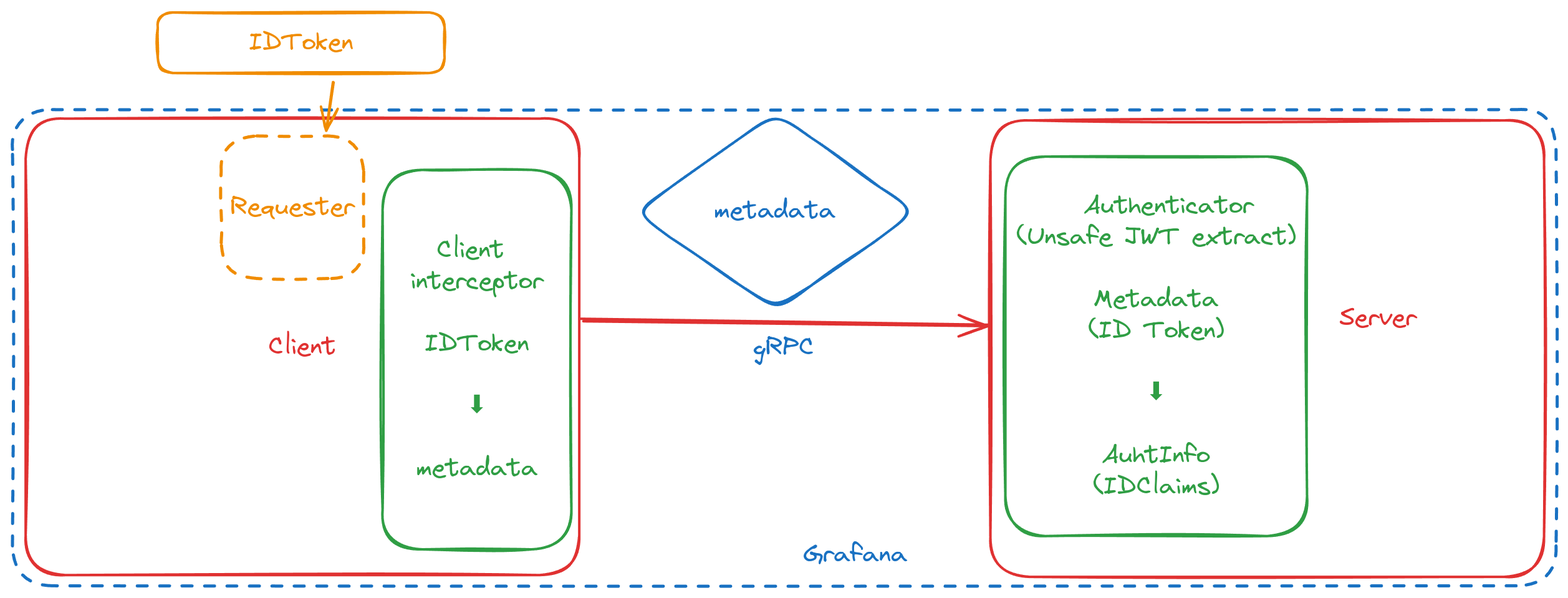
This is assets/in-proc.png from grafana/authlib, a Excalidraw export, as it was before one commit. Source tidied: one line per element, renumbered; positions are measured from the earlier drawing's top-left corner, leaving out a move shared by most shapes. Source of this version:
```json
{"id": 0, "type": "rectangle", "strokeColor": "#1971c2", "strokeWidth": 2, "strokeStyle": "dashed", "roughness": 1, "round": true, "x": 0, "y": 78, "width": 1238, "height": 382}
{"id": 1, "type": "text", "text": "gRPC", "strokeColor": "#1971c2", "strokeWidth": 2, "roughness": 1, "fontSize": 20, "fontFamily": 1, "textAlign": "center", "verticalAlign": "middle", "inside": 0, "x": 594, "y": 256, "width": 50, "height": 25}
{"id": 2, "type": "rectangle", "strokeColor": "#e03131", "strokeWidth": 2, "roughness": 1, "round": true, "x": 11, "y": 85, "width": 444, "height": 366}
{"id": 3, "type": "text", "text": "Client", "strokeColor": "#e03131", "strokeWidth": 2, "roughness": 1, "fontSize": 20, "fontFamily": 1, "textAlign": "center", "verticalAlign": "middle", "inside": 2, "x": 206, "y": 256, "width": 54, "height": 25}
{"id": 4, "type": "rectangle", "strokeColor": "#e03131", "strokeWidth": 2, "roughness": 1, "round": true, "x": 784, "y": 87, "width": 444, "height": 366}
{"id": 5, "type": "rectangle", "strokeColor": "#f08c00", "strokeWidth": 2, "strokeStyle": "dashed", "roughness": 1, "round": true, "x": 167, "y": 99, "width": 114, "height": 114}
{"id": 6, "type": "text", "text": "Requester", "strokeColor": "#f08c00", "strokeWidth": 2, "strokeStyle": "dashed", "roughness": 1, "fontSize": 20, "fontFamily": 1, "textAlign": "center", "verticalAlign": "middle", "inside": 5, "x": 174, "y": 144, "width": 101, "height": 25}
{"id": 7, "type": "arrow", "strokeColor": "#f08c00", "strokeWidth": 2, "roughness": 1, "endArrowhead": "arrow", "round": true, "from": 8, "to": 5, "x": 257, "y": 56, "width": 6, "height": 39, "points": [[0, 0], [-6, 39]]}
{"id": 8, "type": "rectangle", "strokeColor": "#f08c00", "strokeWidth": 2, "roughness": 1, "round": true, "x": 117, "y": 0, "width": 230, "height": 49}
{"id": 9, "type": "text", "text": "IDToken", "strokeColor": "#f08c00", "strokeWidth": 2, "roughness": 1, "fontSize": 20, "fontFamily": 1, "textAlign": "center", "verticalAlign": "middle", "inside": 8, "x": 190, "y": 12, "width": 84, "height": 25}
{"id": 10, "type": "arrow", "strokeColor": "#e03131", "strokeWidth": 2, "roughness": 1, "endArrowhead": "arrow", "round": true, "from": 17, "to": 11, "x": 456, "y": 247, "width": 327, "height": 5, "points": [[0, 0], [327, 5]]}
{"id": 11, "type": "rectangle", "strokeColor": "#2f9e44", "strokeWidth": 2, "roughness": 1, "round": true, "x": 796, "y": 116, "width": 242, "height": 304}
{"id": 12, "type": "text", "text": "  Authenticator\n(Unsafe JWT extract)\n\nMetadata\n(ID Token)\n\n⬇\n\nAuhtInfo\n(IDClaims)", "strokeColor": "#2f9e44", "strokeWidth": 2, "roughness": 1, "fontSize": 20, "fontFamily": 1, "textAlign": "center", "verticalAlign": "middle", "inside": 11, "x": 805, "y": 143, "width": 224, "height": 250}
{"id": 13, "type": "text", "text": "Server", "strokeColor": "#e03131", "strokeWidth": 2, "roughness": 1, "fontSize": 20, "fontFamily": 1, "x": 1064, "y": 233, "width": 63, "height": 25}
{"id": 14, "type": "diamond", "strokeColor": "#1971c2", "strokeWidth": 2, "roughness": 1, "round": true, "x": 499, "y": 80, "width": 225, "height": 159}
{"id": 15, "type": "text", "text": "metadata", "strokeColor": "#1971c2", "strokeWidth": 2, "roughness": 1, "fontSize": 20, "fontFamily": 1, "textAlign": "center", "verticalAlign": "middle", "inside": 14, "x": 562, "y": 147, "width": 98, "height": 25}
{"id": 16, "type": "text", "text": "Grafana", "strokeColor": "#1971c2", "strokeWidth": 2, "roughness": 1, "fontSize": 20, "fontFamily": 1, "x": 634, "y": 422, "width": 85, "height": 25}
{"id": 17, "type": "rectangle", "strokeColor": "#2f9e44", "strokeWidth": 2, "roughness": 1, "round": true, "x": 297, "y": 126, "width": 151, "height": 304}
{"id": 18, "type": "text", "text": "Client \ninterceptor\n\nIDToken\n\n ⬇ \n\nmetadata", "strokeColor": "#2f9e44", "strokeWidth": 2, "roughness": 1, "fontSize": 20, "fontFamily": 1, "textAlign": "center", "verticalAlign": "middle", "inside": 17, "x": 319, "y": 178, "width": 108, "height": 200}
```
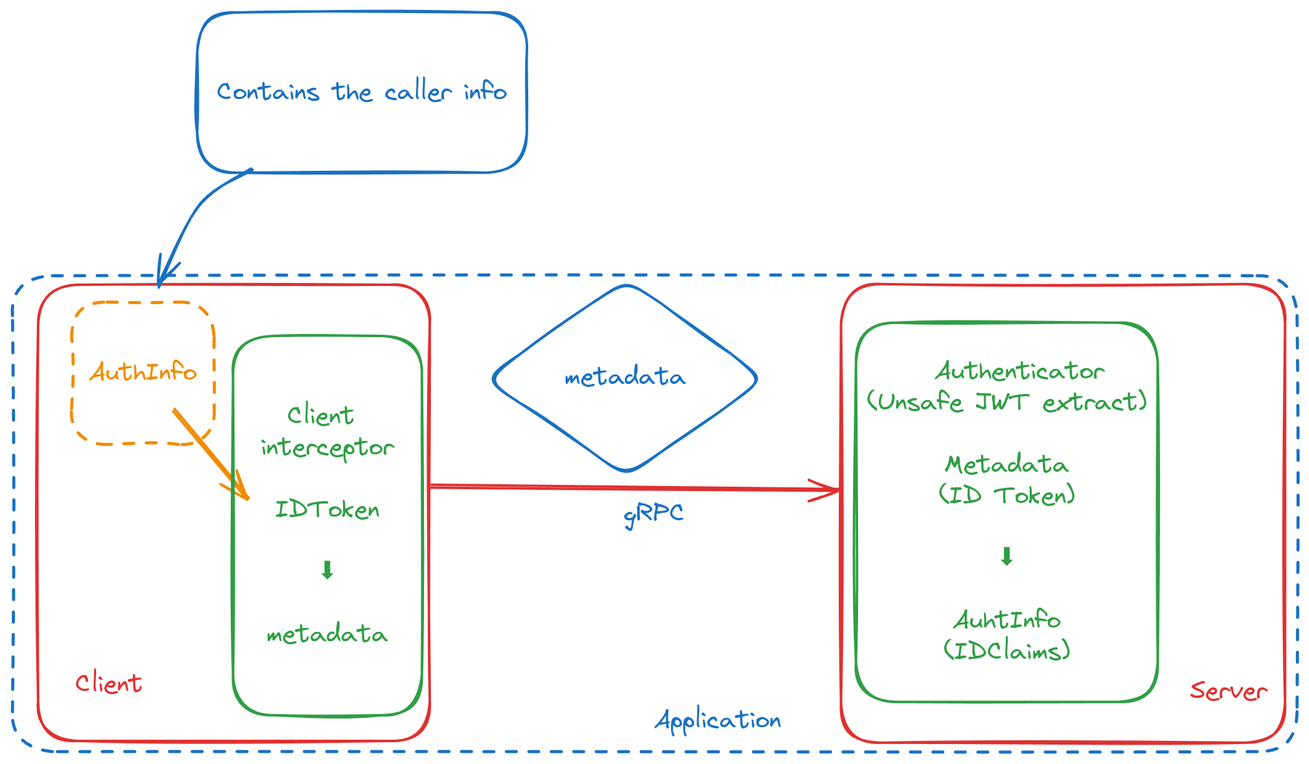
After the commit.

Change to the diagram source:
```diff
@@ -1,19 +1,20 @@
-{"id": 0, "type": "rectangle", "strokeColor": "#1971c2", "strokeWidth": 2, "strokeStyle": "dashed", "roughness": 1, "round": true, "x": 0, "y": 78, "width": 1238, "height": 382}
+{"id": 19, "type": "rectangle", "strokeColor": "#1971c2", "strokeWidth": 2, "strokeStyle": "dashed", "roughness": 1, "round": true, "x": -238, "y": 2387, "width": 1030, "height": 382}
-{"id": 1, "type": "text", "text": "gRPC", "strokeColor": "#1971c2", "strokeWidth": 2, "roughness": 1, "fontSize": 20, "fontFamily": 1, "textAlign": "center", "verticalAlign": "middle", "inside": 0, "x": 594, "y": 256, "width": 50, "height": 25}
+{"id": 1, "type": "text", "text": "gRPC", "strokeColor": "#1971c2", "strokeWidth": 2, "roughness": 1, "fontSize": 20, "fontFamily": 1, "textAlign": "center", "verticalAlign": "middle", "inside": 19, "x": 252, "y": 2565, "width": 50, "height": 25}
-{"id": 2, "type": "rectangle", "strokeColor": "#e03131", "strokeWidth": 2, "roughness": 1, "round": true, "x": 11, "y": 85, "width": 444, "height": 366}
-{"id": 3, "type": "text", "text": "Client", "strokeColor": "#e03131", "strokeWidth": 2, "roughness": 1, "fontSize": 20, "fontFamily": 1, "textAlign": "center", "verticalAlign": "middle", "inside": 2, "x": 206, "y": 256, "width": 54, "height": 25}
-{"id": 4, "type": "rectangle", "strokeColor": "#e03131", "strokeWidth": 2, "roughness": 1, "round": true, "x": 784, "y": 87, "width": 444, "height": 366}
-{"id": 5, "type": "rectangle", "strokeColor": "#f08c00", "strokeWidth": 2, "strokeStyle": "dashed", "roughness": 1, "round": true, "x": 167, "y": 99, "width": 114, "height": 114}
-{"id": 6, "type": "text", "text": "Requester", "strokeColor": "#f08c00", "strokeWidth": 2, "strokeStyle": "dashed", "roughness": 1, "fontSize": 20, "fontFamily": 1, "textAlign": "center", "verticalAlign": "middle", "inside": 5, "x": 174, "y": 144, "width": 101, "height": 25}
-{"id": 7, "type": "arrow", "strokeColor": "#f08c00", "strokeWidth": 2, "roughness": 1, "endArrowhead": "arrow", "round": true, "from": 8, "to": 5, "x": 257, "y": 56, "width": 6, "height": 39, "points": [[0, 0], [-6, 39]]}
-{"id": 8, "type": "rectangle", "strokeColor": "#f08c00", "strokeWidth": 2, "roughness": 1, "round": true, "x": 117, "y": 0, "width": 230, "height": 49}
-{"id": 9, "type": "text", "text": "IDToken", "strokeColor": "#f08c00", "strokeWidth": 2, "roughness": 1, "fontSize": 20, "fontFamily": 1, "textAlign": "center", "verticalAlign": "middle", "inside": 8, "x": 190, "y": 12, "width": 84, "height": 25}
-{"id": 10, "type": "arrow", "strokeColor": "#e03131", "strokeWidth": 2, "roughness": 1, "endArrowhead": "arrow", "round": true, "from": 17, "to": 11, "x": 456, "y": 247, "width": 327, "height": 5, "points": [[0, 0], [327, 5]]}
-{"id": 11, "type": "rectangle", "strokeColor": "#2f9e44", "strokeWidth": 2, "roughness": 1, "round": true, "x": 796, "y": 116, "width": 242, "height": 304}
+{"id": 20, "type": "rectangle", "strokeColor": "#e03131", "strokeWidth": 2, "roughness": 1, "round": true, "x": -217, "y": 2394, "width": 314, "height": 366}
+{"id": 21, "type": "rectangle", "strokeColor": "#e03131", "strokeWidth": 2, "roughness": 1, "round": true, "x": 426, "y": 2394, "width": 356, "height": 368}
+{"id": 22, "type": "rectangle", "strokeColor": "#f08c00", "strokeWidth": 2, "strokeStyle": "dashed", "roughness": 1, "round": true, "x": -191, "y": 2408, "width": 114, "height": 114}
+{"id": 23, "type": "text", "text": "AuthInfo", "strokeColor": "#f08c00", "strokeWidth": 2, "strokeStyle": "dashed", "roughness": 1, "fontSize": 20, "fontFamily": 1, "textAlign": "center", "verticalAlign": "middle", "inside": 22, "x": -177, "y": 2453, "width": 88, "height": 25}
+{"id": 24, "type": "arrow", "strokeColor": "#f08c00", "strokeWidth": 2, "roughness": 1, "endArrowhead": "arrow", "round": true, "from": 22, "to": 29, "x": -109, "y": 2495, "width": 60, "height": 71, "points": [[0, 0], [60, 71]]}
+{"id": 25, "type": "arrow", "strokeColor": "#e03131", "strokeWidth": 2, "roughness": 1, "endArrowhead": "arrow", "round": true, "from": 29, "to": 26, "x": 98, "y": 2555, "width": 327, "height": 3, "points": [[0, 0], [327, 3]]}
+{"id": 26, "type": "rectangle", "strokeColor": "#2f9e44", "strokeWidth": 2, "roughness": 1, "round": true, "x": 438, "y": 2425, "width": 242, "height": 304}
-{"id": 12, "type": "text", "text": "  Authenticator\n(Unsafe JWT extract)\n\nMetadata\n(ID Token)\n\n⬇\n\nAuhtInfo\n(IDClaims)", "strokeColor": "#2f9e44", "strokeWidth": 2, "roughness": 1, "fontSize": 20, "fontFamily": 1, "textAlign": "center", "verticalAlign": "middle", "inside": 11, "x": 805, "y": 143, "width": 224, "height": 250}
+{"id": 12, "type": "text", "text": "  Authenticator\n(Unsafe JWT extract)\n\nMetadata\n(ID Token)\n\n⬇\n\nAuhtInfo\n(IDClaims)", "strokeColor": "#2f9e44", "strokeWidth": 2, "roughness": 1, "fontSize": 20, "fontFamily": 1, "textAlign": "center", "verticalAlign": "middle", "inside": 26, "x": 447, "y": 2452, "width": 224, "height": 250}
-{"id": 13, "type": "text", "text": "Server", "strokeColor": "#e03131", "strokeWidth": 2, "roughness": 1, "fontSize": 20, "fontFamily": 1, "x": 1064, "y": 233, "width": 63, "height": 25}
+{"id": 13, "type": "text", "text": "Server", "strokeColor": "#e03131", "strokeWidth": 2, "roughness": 1, "fontSize": 20, "fontFamily": 1, "x": 706, "y": 2708, "width": 63, "height": 25}
-{"id": 14, "type": "diamond", "strokeColor": "#1971c2", "strokeWidth": 2, "roughness": 1, "round": true, "x": 499, "y": 80, "width": 225, "height": 159}
+{"id": 27, "type": "diamond", "strokeColor": "#1971c2", "strokeWidth": 2, "roughness": 1, "round": true, "x": 141, "y": 2389, "width": 225, "height": 159}
-{"id": 15, "type": "text", "text": "metadata", "strokeColor": "#1971c2", "strokeWidth": 2, "roughness": 1, "fontSize": 20, "fontFamily": 1, "textAlign": "center", "verticalAlign": "middle", "inside": 14, "x": 562, "y": 147, "width": 98, "height": 25}
+{"id": 15, "type": "text", "text": "metadata", "strokeColor": "#1971c2", "strokeWidth": 2, "roughness": 1, "fontSize": 20, "fontFamily": 1, "textAlign": "center", "verticalAlign": "middle", "inside": 27, "x": 204, "y": 2456, "width": 98, "height": 25}
-{"id": 16, "type": "text", "text": "Grafana", "strokeColor": "#1971c2", "strokeWidth": 2, "roughness": 1, "fontSize": 20, "fontFamily": 1, "x": 634, "y": 422, "width": 85, "height": 25}
-{"id": 17, "type": "rectangle", "strokeColor": "#2f9e44", "strokeWidth": 2, "roughness": 1, "round": true, "x": 297, "y": 126, "width": 151, "height": 304}
+{"id": 28, "type": "text", "text": "Application", "strokeColor": "#1971c2", "strokeWidth": 2, "roughness": 1, "fontSize": 20, "fontFamily": 1, "x": 276, "y": 2732, "width": 102, "height": 25}
+{"id": 29, "type": "rectangle", "strokeColor": "#2f9e44", "strokeWidth": 2, "roughness": 1, "round": true, "x": -61, "y": 2435, "width": 151, "height": 304}
-{"id": 18, "type": "text", "text": "Client \ninterceptor\n\nIDToken\n\n ⬇ \n\nmetadata", "strokeColor": "#2f9e44", "strokeWidth": 2, "roughness": 1, "fontSize": 20, "fontFamily": 1, "textAlign": "center", "verticalAlign": "middle", "inside": 17, "x": 319, "y": 178, "width": 108, "height": 200}
+{"id": 18, "type": "text", "text": "Client \ninterceptor\n\nIDToken\n\n ⬇ \n\nmetadata", "strokeColor": "#2f9e44", "strokeWidth": 2, "roughness": 1, "fontSize": 20, "fontFamily": 1, "textAlign": "center", "verticalAlign": "middle", "inside": 29, "x": -39, "y": 2487, "width": 108, "height": 200}
+{"id": 3, "type": "text", "text": "Client", "strokeColor": "#e03131", "strokeWidth": 2, "roughness": 1, "fontSize": 20, "fontFamily": 1, "x": -187, "y": 2703, "width": 54, "height": 25}
+{"id": 30, "type": "arrow", "strokeColor": "#1971c2", "strokeWidth": 2, "roughness": 1, "endArrowhead": "arrow", "round": true, "from": 31, "to": 22, "x": -46, "y": 2302, "width": 75, "height": 94, "points": [[0, 0], [-43, 28], [-75, 94]]}
+{"id": 31, "type": "rectangle", "strokeColor": "#1971c2", "strokeWidth": 2, "roughness": 1, "round": true, "x": -90, "y": 2176, "width": 264, "height": 129}
+{"id": 32, "type": "text", "text": "Contains the caller info", "strokeColor": "#1971c2", "strokeWidth": 2, "roughness": 1, "fontSize": 20, "fontFamily": 1, "textAlign": "center", "verticalAlign": "middle", "inside": 31, "x": -75, "y": 2227, "width": 234, "height": 25}
```
